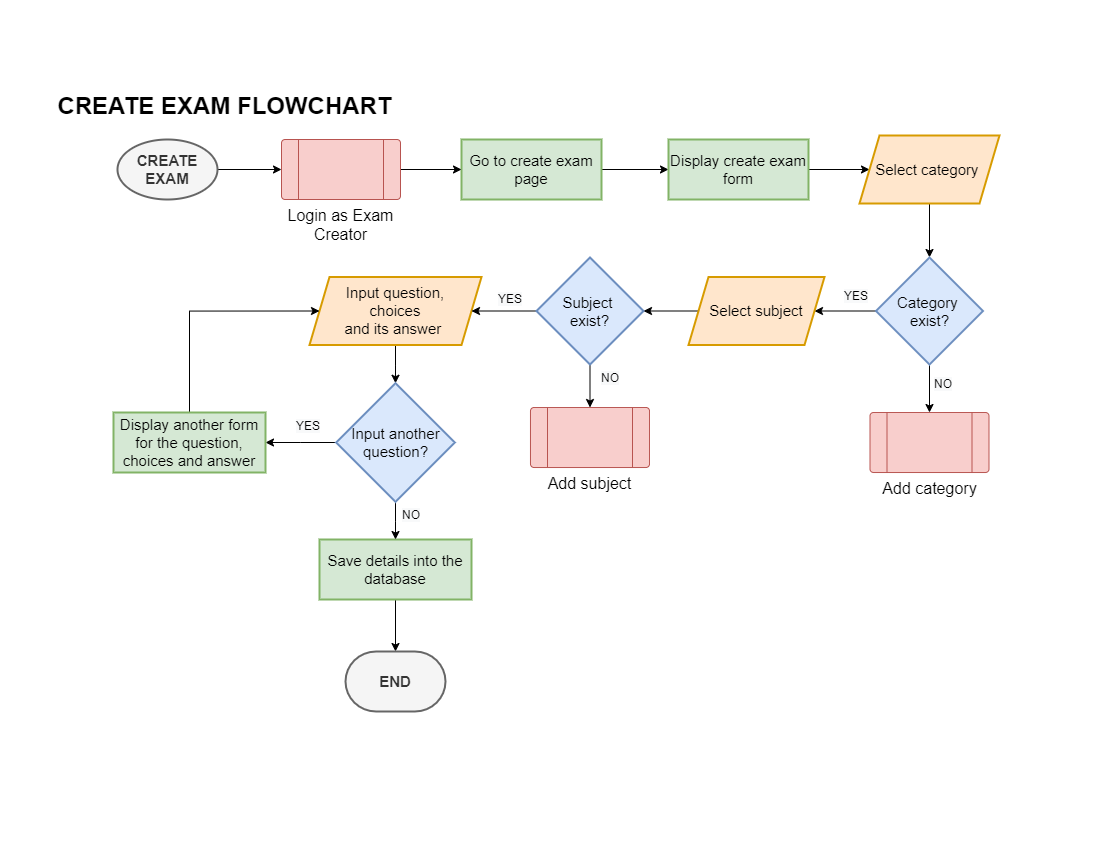
This is Gallardo/OnlineExam/online exam flowcharts/exam creator/Online exam flowchart-CREATE EXAM FLOWCHART.drawio.png from walteribloguintoledo/PUP2022, a draw.io export, as it was before one commit. Source tidied: cells renumbered, new cells last; positions are measured from the earlier drawing's top-left corner, leaving out a move shared by most shapes.
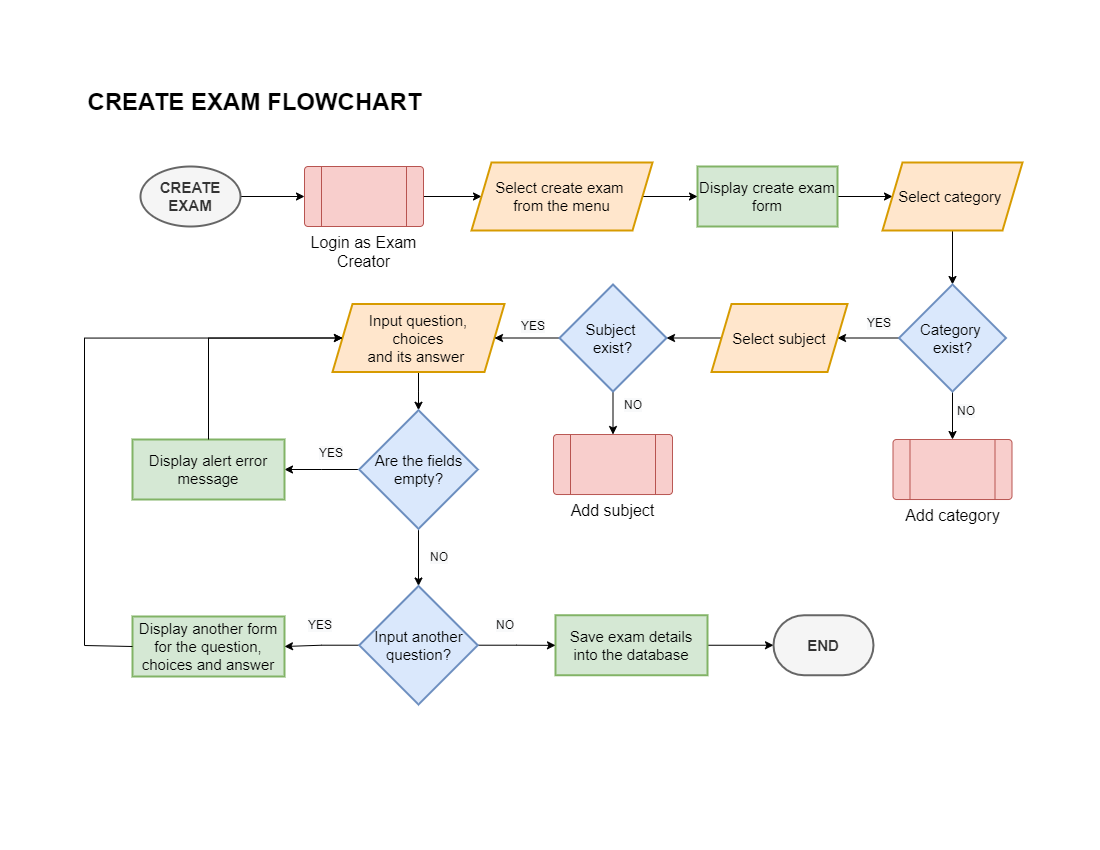
After the change.

The edit, as a diff of the source:
```diff
@@ -14,27 +14,21 @@
     <mxCell id="5" value="Input question,&lt;br&gt;choices&lt;br&gt;and its answer&amp;nbsp;" style="shape=parallelogram;perimeter=parallelogramPerimeter;whiteSpace=wrap;html=1;fixedSize=1;fontSize=15;strokeWidth=2;fillColor=#ffe6cc;strokeColor=#d79b00;" parent="1" vertex="1">
       <mxGeometry x="196" y="190.5" width="172" height="68" as="geometry" />
     </mxCell>
-    <mxCell id="6" style="edgeStyle=orthogonalEdgeStyle;rounded=0;jettySize=auto;html=1;fontSize=16;" parent="1" edge="1" source="7" target="15">
-      <mxGeometry relative="1" as="geometry" />
-    </mxCell>
-    <mxCell id="7" value="Go to create exam page" style="whiteSpace=wrap;html=1;fontSize=15;strokeWidth=2;fillColor=#d5e8d4;strokeColor=#82b366;" parent="1" vertex="1">
-      <mxGeometry x="348" y="53" width="140" height="60" as="geometry" />
-    </mxCell>
-    <mxCell id="8" style="edgeStyle=orthogonalEdgeStyle;rounded=0;jettySize=auto;html=1;fontSize=16;" parent="1" edge="1" source="9" target="10">
+    <mxCell id="8" style="edgeStyle=orthogonalEdgeStyle;rounded=0;jettySize=auto;html=1;" parent="1" edge="1" source="9" target="10">
       <mxGeometry relative="1" as="geometry" />
     </mxCell>
-    <mxCell id="9" value="Save details into the database" style="whiteSpace=wrap;html=1;fontSize=15;strokeWidth=2;fillColor=#d5e8d4;strokeColor=#82b366;" parent="1" vertex="1">
-      <mxGeometry x="206" y="453" width="152" height="60" as="geometry" />
+    <mxCell id="9" value="Save exam details into the database" style="whiteSpace=wrap;html=1;fontSize=15;strokeWidth=2;fillColor=#d5e8d4;strokeColor=#82b366;" parent="1" vertex="1">
+      <mxGeometry x="419" y="501.8" width="152" height="60" as="geometry" />
     </mxCell>
     <mxCell id="10" value="&lt;b&gt;END&lt;/b&gt;" style="strokeWidth=2;html=1;shape=mxgraph.flowchart.terminator;whiteSpace=wrap;fontSize=15;fillColor=#f5f5f5;fontColor=#333333;strokeColor=#666666;" parent="1" vertex="1">
-      <mxGeometry x="232" y="565" width="100" height="60" as="geometry" />
+      <mxGeometry x="637" y="501.8" width="100" height="60" as="geometry" />
     </mxCell>
     <mxCell id="11" value="CREATE EXAM FLOWCHART" style="text;strokeColor=none;fillColor=none;html=1;fontSize=24;fontStyle=1;verticalAlign=middle;align=center;" parent="1" vertex="1">
-      <mxGeometry x="61" width="100" height="40" as="geometry" />
+      <mxGeometry x="68" y="-31" width="100" height="40" as="geometry" />
     </mxCell>
-    <mxCell id="12" style="edgeStyle=orthogonalEdgeStyle;rounded=0;jettySize=auto;html=1;fontSize=16;" parent="1" edge="1" source="13" target="7">
-      <mxGeometry relative="1" as="geometry" />
-    </mxCell>
+    <mxCell id="39" style="edgeStyle=orthogonalEdgeStyle;rounded=0;jettySize=auto;html=1;" parent="1" edge="1" source="13" target="50">
+      <mxGeometry relative="1" as="geometry" />
+    </mxCell>
     <mxCell id="13" value="&lt;font style=&quot;font-size: 16px;&quot;&gt;Login as Exam Creator&lt;/font&gt;" style="verticalLabelPosition=bottom;verticalAlign=top;html=1;shape=process;whiteSpace=wrap;rounded=1;size=0.14;arcSize=6;fontSize=14;fillColor=#f8cecc;strokeColor=#b85450;" parent="1" vertex="1">
       <mxGeometry x="168" y="53" width="119" height="60" as="geometry" />
     </mxCell>
@@ -42,7 +36,7 @@
       <mxGeometry relative="1" as="geometry" />
     </mxCell>
     <mxCell id="15" value="Display create exam form" style="whiteSpace=wrap;html=1;fontSize=15;strokeWidth=2;fillColor=#d5e8d4;strokeColor=#82b366;" parent="1" vertex="1">
-      <mxGeometry x="555" y="53" width="140" height="60" as="geometry" />
+      <mxGeometry x="561" y="53" width="140" height="60" as="geometry" />
     </mxCell>
     <mxCell id="16" style="edgeStyle=orthogonalEdgeStyle;rounded=0;jettySize=auto;html=1;fontSize=16;" parent="1" edge="1" source="17" target="20">
       <mxGeometry relative="1" as="geometry" />
@@ -92,30 +86,62 @@
     <mxCell id="31" value="&lt;span style=&quot;color: rgb(0, 0, 0); font-family: Helvetica; font-size: 12px; font-style: normal; font-variant-ligatures: normal; font-variant-caps: normal; font-weight: 400; letter-spacing: normal; orphans: 2; text-align: center; text-indent: 0px; text-transform: none; widows: 2; word-spacing: 0px; -webkit-text-stroke-width: 0px; background-color: rgb(248, 249, 250); text-decoration-thickness: initial; text-decoration-style: initial; text-decoration-color: initial; float: none; display: inline !important;&quot;&gt;YES&lt;/span&gt;" style="text;whiteSpace=wrap;html=1;" parent="1" vertex="1">
       <mxGeometry x="383" y="199" width="30" height="28" as="geometry" />
     </mxCell>
-    <mxCell id="32" style="edgeStyle=orthogonalEdgeStyle;rounded=0;jettySize=auto;html=1;entryX=1;entryY=0.5;entryDx=0;entryDy=0;fontSize=16;" parent="1" edge="1" source="34" target="36">
-      <mxGeometry relative="1" as="geometry" />
-    </mxCell>
-    <mxCell id="33" style="edgeStyle=orthogonalEdgeStyle;rounded=0;jettySize=auto;html=1;fontSize=16;" parent="1" edge="1" source="34" target="9">
-      <mxGeometry relative="1" as="geometry" />
-    </mxCell>
+    <mxCell id="40" style="edgeStyle=orthogonalEdgeStyle;rounded=0;jettySize=auto;html=1;" parent="1" edge="1" source="34" target="44">
+      <mxGeometry relative="1" as="geometry" />
+    </mxCell>
+    <mxCell id="41" style="edgeStyle=orthogonalEdgeStyle;rounded=0;jettySize=auto;html=1;" parent="1" edge="1" source="34" target="45">
+      <mxGeometry relative="1" as="geometry" />
+    </mxCell>
-    <mxCell id="34" value="Input another question?" style="rhombus;whiteSpace=wrap;html=1;fontSize=15;fillColor=#dae8fc;strokeColor=#6c8ebf;strokeWidth=2;" parent="1" vertex="1">
+    <mxCell id="34" value="Are the fields empty?" style="rhombus;whiteSpace=wrap;html=1;fontSize=15;fillColor=#dae8fc;strokeColor=#6c8ebf;strokeWidth=2;" parent="1" vertex="1">
       <mxGeometry x="222.8" y="296.8" width="118.5" height="118.5" as="geometry" />
     </mxCell>
-    <mxCell id="35" style="edgeStyle=orthogonalEdgeStyle;rounded=0;jettySize=auto;html=1;exitX=0.5;exitY=0;exitDx=0;exitDy=0;entryX=0;entryY=0.5;entryDx=0;entryDy=0;fontSize=16;" parent="1" edge="1" source="36" target="5">
-      <mxGeometry relative="1" as="geometry">
-        <Array as="points">
-          <mxPoint x="76" y="225" />
-        </Array>
-      </mxGeometry>
-    </mxCell>
     <mxCell id="36" value="Display another form for the question, choices and answer" style="whiteSpace=wrap;html=1;fontSize=15;strokeWidth=2;fillColor=#d5e8d4;strokeColor=#82b366;" parent="1" vertex="1">
-      <mxGeometry y="326" width="152" height="60" as="geometry" />
+      <mxGeometry x="-4" y="503" width="152" height="60" as="geometry" />
     </mxCell>
     <mxCell id="37" value="&lt;span style=&quot;color: rgb(0, 0, 0); font-family: Helvetica; font-size: 12px; font-style: normal; font-variant-ligatures: normal; font-variant-caps: normal; font-weight: 400; letter-spacing: normal; orphans: 2; text-align: center; text-indent: 0px; text-transform: none; widows: 2; word-spacing: 0px; -webkit-text-stroke-width: 0px; background-color: rgb(248, 249, 250); text-decoration-thickness: initial; text-decoration-style: initial; text-decoration-color: initial; float: none; display: inline !important;&quot;&gt;YES&lt;/span&gt;" style="text;whiteSpace=wrap;html=1;" parent="1" vertex="1">
       <mxGeometry x="181" y="326" width="30" height="28" as="geometry" />
     </mxCell>
     <mxCell id="38" value="&lt;span style=&quot;color: rgb(0, 0, 0); font-family: Helvetica; font-size: 12px; font-style: normal; font-variant-ligatures: normal; font-variant-caps: normal; font-weight: 400; letter-spacing: normal; orphans: 2; text-align: center; text-indent: 0px; text-transform: none; widows: 2; word-spacing: 0px; -webkit-text-stroke-width: 0px; background-color: rgb(248, 249, 250); text-decoration-thickness: initial; text-decoration-style: initial; text-decoration-color: initial; float: none; display: inline !important;&quot;&gt;NO&lt;/span&gt;" style="text;whiteSpace=wrap;html=1;" parent="1" vertex="1">
-      <mxGeometry x="287" y="415.2" width="30" height="28" as="geometry" />
+      <mxGeometry x="292" y="430" width="30" height="28" as="geometry" />
     </mxCell>
+    <mxCell id="42" style="edgeStyle=orthogonalEdgeStyle;rounded=0;jettySize=auto;html=1;" parent="1" edge="1" source="44" target="9">
+      <mxGeometry relative="1" as="geometry" />
+    </mxCell>
+    <mxCell id="43" style="edgeStyle=orthogonalEdgeStyle;rounded=0;jettySize=auto;html=1;entryX=1;entryY=0.5;entryDx=0;entryDy=0;" parent="1" edge="1" source="44" target="36">
+      <mxGeometry relative="1" as="geometry" />
+    </mxCell>
+    <mxCell id="44" value="Input another question?" style="rhombus;whiteSpace=wrap;html=1;fontSize=15;fillColor=#dae8fc;strokeColor=#6c8ebf;strokeWidth=2;" parent="1" vertex="1">
+      <mxGeometry x="222.8" y="472.5" width="118.5" height="118.5" as="geometry" />
+    </mxCell>
+    <mxCell id="45" value="Display alert error message" style="whiteSpace=wrap;html=1;fontSize=15;strokeWidth=2;fillColor=#d5e8d4;strokeColor=#82b366;" parent="1" vertex="1">
+      <mxGeometry x="-4" y="326" width="152" height="60" as="geometry" />
+    </mxCell>
+    <mxCell id="46" value="&lt;span style=&quot;color: rgb(0, 0, 0); font-family: Helvetica; font-size: 12px; font-style: normal; font-variant-ligatures: normal; font-variant-caps: normal; font-weight: 400; letter-spacing: normal; orphans: 2; text-align: center; text-indent: 0px; text-transform: none; widows: 2; word-spacing: 0px; -webkit-text-stroke-width: 0px; background-color: rgb(248, 249, 250); text-decoration-thickness: initial; text-decoration-style: initial; text-decoration-color: initial; float: none; display: inline !important;&quot;&gt;YES&lt;/span&gt;" style="text;whiteSpace=wrap;html=1;" parent="1" vertex="1">
+      <mxGeometry x="170" y="498" width="30" height="28" as="geometry" />
+    </mxCell>
+    <mxCell id="47" value="&lt;span style=&quot;color: rgb(0, 0, 0); font-family: Helvetica; font-size: 12px; font-style: normal; font-variant-ligatures: normal; font-variant-caps: normal; font-weight: 400; letter-spacing: normal; orphans: 2; text-align: center; text-indent: 0px; text-transform: none; widows: 2; word-spacing: 0px; -webkit-text-stroke-width: 0px; background-color: rgb(248, 249, 250); text-decoration-thickness: initial; text-decoration-style: initial; text-decoration-color: initial; float: none; display: inline !important;&quot;&gt;NO&lt;/span&gt;" style="text;whiteSpace=wrap;html=1;" parent="1" vertex="1">
+      <mxGeometry x="358" y="498" width="30" height="28" as="geometry" />
+    </mxCell>
+    <mxCell id="35" style="edgeStyle=orthogonalEdgeStyle;rounded=0;jettySize=auto;html=1;exitX=0;exitY=0.5;exitDx=0;exitDy=0;entryX=0;entryY=0.5;entryDx=0;entryDy=0;" parent="1" edge="1" source="36" target="5">
+      <mxGeometry relative="1" as="geometry">
+        <Array as="points">
+          <mxPoint x="-52" y="532" />
+          <mxPoint x="-52" y="225" />
+        </Array>
+      </mxGeometry>
+    </mxCell>
+    <mxCell id="48" style="edgeStyle=orthogonalEdgeStyle;rounded=0;jettySize=auto;html=1;exitX=0.5;exitY=0;exitDx=0;exitDy=0;entryX=0;entryY=0.5;entryDx=0;entryDy=0;" parent="1" edge="1" source="45" target="5">
+      <mxGeometry relative="1" as="geometry">
+        <Array as="points">
+          <mxPoint x="72" y="225" />
+        </Array>
+      </mxGeometry>
+    </mxCell>
+    <mxCell id="49" style="edgeStyle=orthogonalEdgeStyle;rounded=0;jettySize=auto;html=1;" parent="1" edge="1" source="50" target="15">
+      <mxGeometry relative="1" as="geometry" />
+    </mxCell>
+    <mxCell id="50" value="Select create exam &lt;br&gt;from the menu" style="shape=parallelogram;perimeter=parallelogramPerimeter;whiteSpace=wrap;html=1;fixedSize=1;fontSize=15;strokeWidth=2;fillColor=#ffe6cc;strokeColor=#d79b00;" parent="1" vertex="1">
+      <mxGeometry x="335" y="49" width="181" height="68" as="geometry" />
+    </mxCell>
   </root>
 </mxGraphModel>
```
